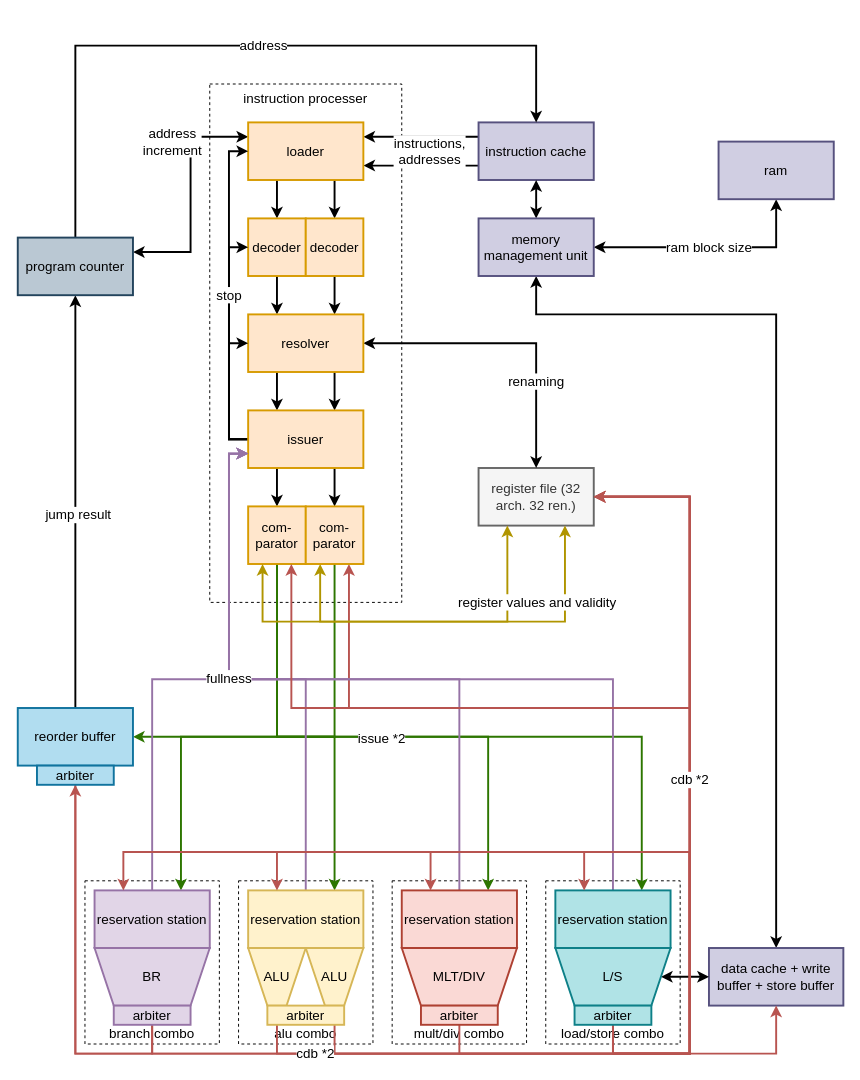
Earlier version of the draw.io diagram docs/diagrams/vtm-mk.II.drawio (veznitom/VTM). Source tidied: cells renumbered, new cells numbered last; positions are measured from the earlier drawing's top-left corner, leaving out a move shared by most shapes. Both pictures are drawn from the tidied source at 96%, with x=0, y=0 at pixel (17, 45).
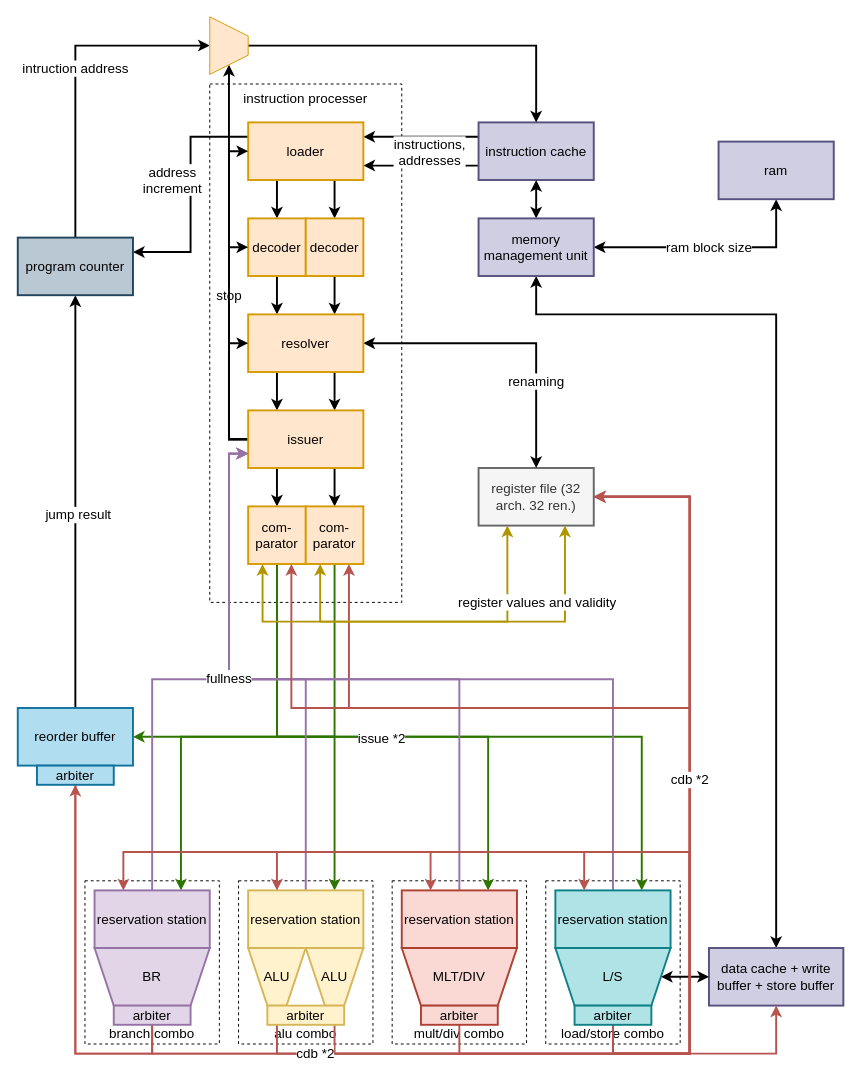
After the change.

The change refers to these unchanged cells:
```xml
<mxCell id="10" value="instruction cache" style="rounded=0;whiteSpace=wrap;html=1;fontSize=14;strokeWidth=2;fillColor=#d0cee2;strokeColor=#56517e;" parent="1" vertex="1">
  <mxGeometry x="480" y="80" width="120" height="60" as="geometry" />
</mxCell>
<mxCell id="15" value="loader" style="rounded=0;whiteSpace=wrap;html=1;fontSize=14;strokeWidth=2;fillColor=#ffe6cc;strokeColor=#d79b00;" parent="1" vertex="1">
  <mxGeometry x="240" y="80" width="120" height="60" as="geometry" />
</mxCell>
<mxCell id="31" value="issuer" style="rounded=0;whiteSpace=wrap;html=1;fontSize=14;strokeWidth=2;fillColor=#ffe6cc;strokeColor=#d79b00;" parent="1" vertex="1">
  <mxGeometry x="240" y="380" width="120" height="60" as="geometry" />
</mxCell>
<mxCell id="74" value="program counter" style="rounded=0;whiteSpace=wrap;html=1;fontSize=14;strokeWidth=2;fillColor=#bac8d3;strokeColor=#23445d;" parent="1" vertex="1">
  <mxGeometry y="200" width="120" height="60" as="geometry" />
</mxCell>
```

Change to the diagram source:
```diff
@@
-    <mxCell id="13" style="edgeStyle=orthogonalEdgeStyle;rounded=0;jettySize=auto;html=1;exitX=0;exitY=0.25;exitDx=0;exitDy=0;entryX=1;entryY=0.25;entryDx=0;entryDy=0;fontSize=14;strokeWidth=2;startArrow=classic;startFill=1;" parent="1" edge="1" source="15" target="74">
+    <mxCell id="13" style="edgeStyle=orthogonalEdgeStyle;rounded=0;jettySize=auto;html=1;exitX=0;exitY=0.25;exitDx=0;exitDy=0;entryX=1;entryY=0.25;entryDx=0;entryDy=0;fontSize=14;strokeWidth=2;startArrow=none;startFill=0;endArrow=classic;endFill=1;" parent="1" edge="1" source="15" target="74">
       <mxGeometry relative="1" as="geometry" />
     </mxCell>
     <mxCell id="14" value="&lt;font style=&quot;font-size: 14px;&quot;&gt;address&lt;br&gt;increment&lt;/font&gt;" style="edgeLabel;html=1;align=center;verticalAlign=middle;" parent="13" vertex="1">
       <mxGeometry x="-0.13" y="1" relative="1" as="geometry">
-        <mxPoint x="-21" y="-40" as="offset" />
+        <mxPoint x="-21" as="offset" />
       </mxGeometry>
     </mxCell>
@@
+    <mxCell id="86" style="edgeStyle=orthogonalEdgeStyle;rounded=0;jettySize=auto;html=1;exitX=0;exitY=0.5;exitDx=0;exitDy=0;entryX=1;entryY=0.5;entryDx=0;entryDy=0;strokeWidth=2;" parent="1" edge="1" source="31" target="88">
+      <mxGeometry relative="1" as="geometry" />
+    </mxCell>
@@
-    <mxCell id="72" style="edgeStyle=orthogonalEdgeStyle;rounded=0;jettySize=auto;html=1;exitX=0.5;exitY=0;exitDx=0;exitDy=0;entryX=0.5;entryY=0;entryDx=0;entryDy=0;fontSize=14;strokeWidth=2;" parent="1" edge="1" source="74" target="10">
+    <mxCell id="72" style="edgeStyle=orthogonalEdgeStyle;rounded=0;jettySize=auto;html=1;exitX=0.5;exitY=0;exitDx=0;exitDy=0;fontSize=14;strokeWidth=2;entryX=0.5;entryY=1;entryDx=0;entryDy=0;" parent="1" edge="1" source="74" target="88">
       <mxGeometry relative="1" as="geometry">
         <Array as="points">
           <mxPoint x="60" />
-          <mxPoint x="540" />
         </Array>
       </mxGeometry>
     </mxCell>
-    <mxCell id="73" value="address" style="edgeLabel;html=1;align=center;verticalAlign=middle;fontSize=14;" parent="72" vertex="1">
+    <mxCell id="73" value="intruction address" style="edgeLabel;html=1;align=center;verticalAlign=middle;fontSize=14;" parent="72" vertex="1">
       <mxGeometry x="0.04" y="1" relative="1" as="geometry" />
     </mxCell>
@@
+    <mxCell id="87" style="edgeStyle=orthogonalEdgeStyle;rounded=0;jettySize=auto;html=1;exitX=0.5;exitY=0;exitDx=0;exitDy=0;entryX=0.5;entryY=0;entryDx=0;entryDy=0;strokeWidth=2;" parent="1" edge="1" source="88" target="10">
+      <mxGeometry relative="1" as="geometry" />
+    </mxCell>
+    <mxCell id="88" style="shape=trapezoid;perimeter=trapezoidPerimeter;whiteSpace=wrap;html=1;fixedSize=1;rotation=90;fillColor=#ffe6cc;strokeColor=#d79b00;" parent="1" vertex="1">
+      <mxGeometry x="190" y="-20" width="60" height="40" as="geometry" />
+    </mxCell>
```
